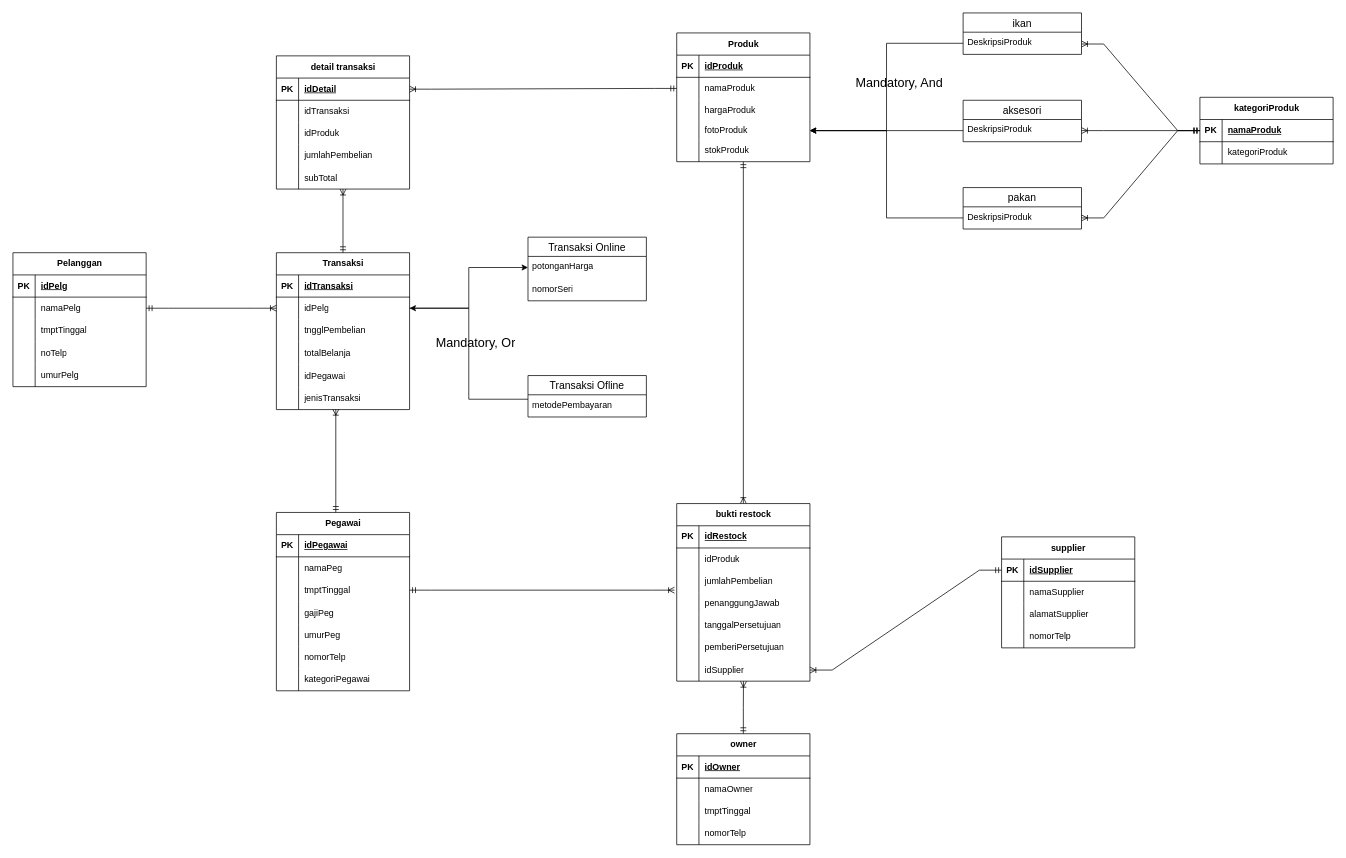
This is Diagram Tanpa Judul.drawio from shinoaaa/flowchartttz, a draw.io file, before an edit. Source tidied: cells renumbered, new cells numbered last; positions are measured from the earlier drawing's top-left corner, leaving out a move shared by most shapes. Both pictures are drawn from the tidied source at 74%, with x=0, y=0 at pixel (13, 13).
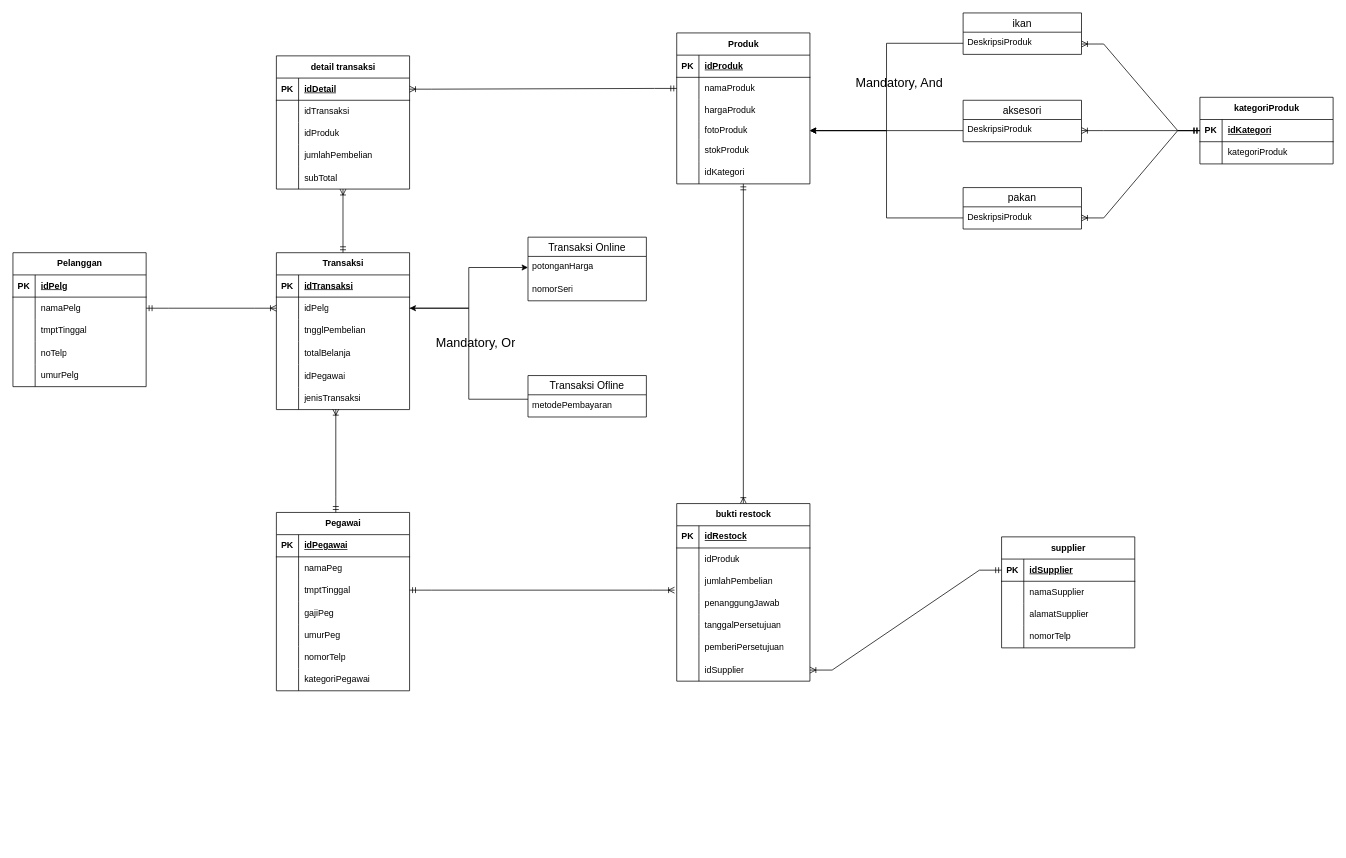
The same diagram, later.

The change refers to these unchanged cells:
```xml
<mxCell id="114" style="shape=tableRow;horizontal=0;startSize=0;swimlaneHead=0;swimlaneBody=0;fillColor=none;points=[[0,0.5],[1,0.5]];portConstraint=eastwest;top=0;left=0;right=0;bottom=1;" parent="113" vertex="1">
  <mxGeometry y="30" width="180" height="30" as="geometry" />
</mxCell>
<mxCell id="142" style="shape=tableRow;horizontal=0;startSize=0;swimlaneHead=0;swimlaneBody=0;fillColor=none;points=[[0,0.5],[1,0.5]];portConstraint=eastwest;top=0;left=0;right=0;bottom=0;" parent="123" vertex="1">
  <mxGeometry y="210" width="180" height="30" as="geometry" />
</mxCell>
```

Diff of the diagram source:
```diff
@@
     <mxCell id="77" value="Produk" style="shape=table;startSize=30;childLayout=tableLayout;rowLines=0;fontStyle=1;align=center;html=1;" parent="1" vertex="1">
-      <mxGeometry x="897" y="27" width="180" height="174" as="geometry" />
+      <mxGeometry x="897" y="27" width="180" height="204" as="geometry" />
     </mxCell>
@@
+    <mxCell id="177" style="shape=tableRow;horizontal=0;startSize=0;swimlaneHead=0;swimlaneBody=0;fillColor=none;top=0;left=0;right=0;bottom=0;" parent="77" vertex="1">
+      <mxGeometry y="174" width="180" height="30" as="geometry" />
+    </mxCell>
+    <mxCell id="178" style="shape=partialRectangle;fillColor=none;top=0;left=0;bottom=0;right=0;overflow=hidden;whiteSpace=wrap;html=1;" parent="177" vertex="1">
+      <mxGeometry width="30" height="30" as="geometry" />
+    </mxCell>
+    <mxCell id="179" value="idKategori" style="shape=partialRectangle;fillColor=none;top=0;left=0;bottom=0;right=0;align=left;spacingLeft=6;overflow=hidden;whiteSpace=wrap;html=1;" parent="177" vertex="1">
+      <mxGeometry x="30" width="150" height="30" as="geometry" />
+    </mxCell>
@@
-    <mxCell id="116" value="namaProduk" style="shape=partialRectangle;fillColor=none;top=0;left=0;bottom=0;right=0;align=left;spacingLeft=6;fontStyle=5;overflow=hidden;whiteSpace=wrap;html=1;" parent="114" vertex="1">
+    <mxCell id="116" value="idKategori" style="shape=partialRectangle;fillColor=none;top=0;left=0;bottom=0;right=0;align=left;spacingLeft=6;fontStyle=5;overflow=hidden;whiteSpace=wrap;html=1;" parent="114" vertex="1">
       <mxGeometry x="30" width="150" height="30" as="geometry" />
     </mxCell>
@@
-    <mxCell id="146" value="owner" style="shape=table;startSize=30;childLayout=tableLayout;rowLines=0;fontStyle=1;align=center;html=1;" parent="1" vertex="1">
-      <mxGeometry x="897" y="974" width="180" height="150" as="geometry" />
-    </mxCell>
-    <mxCell id="147" style="shape=tableRow;horizontal=0;startSize=0;swimlaneHead=0;swimlaneBody=0;fillColor=none;top=0;left=0;right=0;bottom=1;" parent="146" vertex="1">
-      <mxGeometry y="30" width="180" height="30" as="geometry" />
-    </mxCell>
-    <mxCell id="148" value="PK" style="shape=partialRectangle;fillColor=none;top=0;left=0;bottom=0;right=0;fontStyle=1;overflow=hidden;whiteSpace=wrap;html=1;" parent="147" vertex="1">
-      <mxGeometry width="30" height="30" as="geometry" />
-    </mxCell>
-    <mxCell id="149" value="idOwner" style="shape=partialRectangle;fillColor=none;top=0;left=0;bottom=0;right=0;align=left;spacingLeft=6;fontStyle=5;overflow=hidden;whiteSpace=wrap;html=1;" parent="147" vertex="1">
-      <mxGeometry x="30" width="150" height="30" as="geometry" />
-    </mxCell>
-    <mxCell id="150" style="shape=tableRow;horizontal=0;startSize=0;swimlaneHead=0;swimlaneBody=0;fillColor=none;top=0;left=0;right=0;bottom=0;" parent="146" vertex="1">
-      <mxGeometry y="60" width="180" height="30" as="geometry" />
-    </mxCell>
-    <mxCell id="151" style="shape=partialRectangle;fillColor=none;top=0;left=0;bottom=0;right=0;overflow=hidden;whiteSpace=wrap;html=1;" parent="150" vertex="1">
-      <mxGeometry width="30" height="30" as="geometry" />
-    </mxCell>
-    <mxCell id="152" value="namaOwner" style="shape=partialRectangle;fillColor=none;top=0;left=0;bottom=0;right=0;align=left;spacingLeft=6;overflow=hidden;whiteSpace=wrap;html=1;" parent="150" vertex="1">
-      <mxGeometry x="30" width="150" height="30" as="geometry" />
-    </mxCell>
-    <mxCell id="153" style="shape=tableRow;horizontal=0;startSize=0;swimlaneHead=0;swimlaneBody=0;fillColor=none;top=0;left=0;right=0;bottom=0;" parent="146" vertex="1">
-      <mxGeometry y="90" width="180" height="30" as="geometry" />
-    </mxCell>
-    <mxCell id="154" style="shape=partialRectangle;fillColor=none;top=0;left=0;bottom=0;right=0;overflow=hidden;whiteSpace=wrap;html=1;" parent="153" vertex="1">
-      <mxGeometry width="30" height="30" as="geometry" />
-    </mxCell>
-    <mxCell id="155" value="tmptTinggal" style="shape=partialRectangle;fillColor=none;top=0;left=0;bottom=0;right=0;align=left;spacingLeft=6;overflow=hidden;whiteSpace=wrap;html=1;" parent="153" vertex="1">
-      <mxGeometry x="30" width="150" height="30" as="geometry" />
-    </mxCell>
-    <mxCell id="156" style="shape=tableRow;horizontal=0;startSize=0;swimlaneHead=0;swimlaneBody=0;fillColor=none;top=0;left=0;right=0;bottom=0;" parent="146" vertex="1">
-      <mxGeometry y="120" width="180" height="30" as="geometry" />
-    </mxCell>
-    <mxCell id="157" style="shape=partialRectangle;fillColor=none;top=0;left=0;bottom=0;right=0;overflow=hidden;whiteSpace=wrap;html=1;" parent="156" vertex="1">
-      <mxGeometry width="30" height="30" as="geometry" />
-    </mxCell>
-    <mxCell id="158" value="nomorTelp" style="shape=partialRectangle;fillColor=none;top=0;left=0;bottom=0;right=0;align=left;spacingLeft=6;overflow=hidden;whiteSpace=wrap;html=1;" parent="156" vertex="1">
-      <mxGeometry x="30" width="150" height="30" as="geometry" />
-    </mxCell>
@@
-    <mxCell id="160" style="edgeStyle=orthogonalEdgeStyle;rounded=0;jettySize=auto;html=1;entryX=0.501;entryY=1.004;entryDx=0;entryDy=0;entryPerimeter=0;startArrow=ERmandOne;startFill=0;endArrow=ERoneToMany;endFill=0;" parent="1" edge="1" source="146" target="142">
-      <mxGeometry relative="1" as="geometry" />
-    </mxCell>
```
